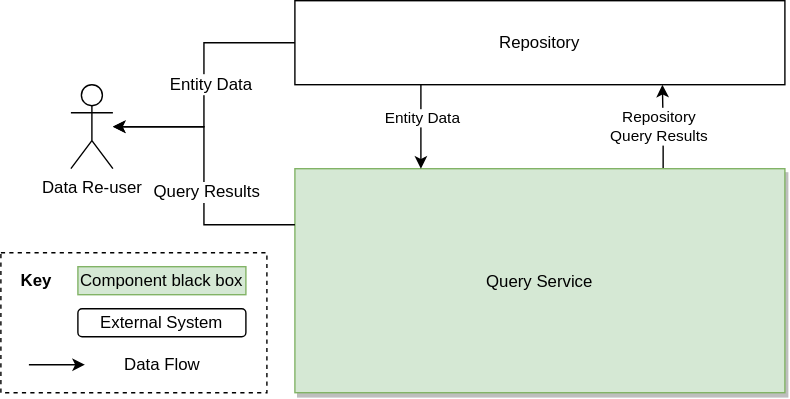
The draw.io diagram systems/Query/diagrams/03-business-context.drawio.svg in wmde/wikidata-wikibase-architecture, before a commit. Source tidied: cells renumbered, new cells last; positions are measured from the earlier drawing's top-left corner, leaving out a move shared by most shapes.
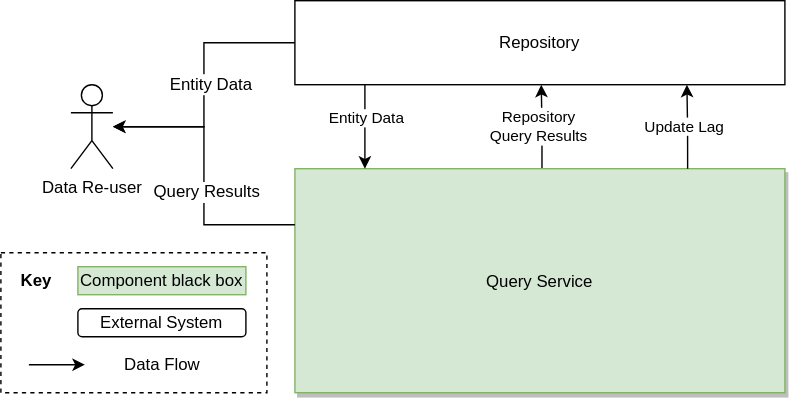
The same file after the commit.

The edit, as a diff of the source:
```diff
@@ -2,11 +2,13 @@
   <root>
     <mxCell id="0" />
     <mxCell id="1" parent="0" />
-    <mxCell id="2" style="edgeStyle=orthogonalEdgeStyle;rounded=0;jettySize=auto;html=1;entryX=0.75;entryY=1;entryDx=0;entryDy=0;" parent="1" edge="1" source="4" target="11">
+    <mxCell id="2" style="edgeStyle=orthogonalEdgeStyle;rounded=0;orthogonalLoop=1;jettySize=auto;html=1;entryX=0.75;entryY=1;entryDx=0;entryDy=0;" parent="1" edge="1">
       <mxGeometry relative="1" as="geometry">
+        <mxPoint x="386.5" y="120" as="sourcePoint" />
+        <mxPoint x="386" y="60" as="targetPoint" />
         <Array as="points">
-          <mxPoint x="473" y="90" />
-          <mxPoint x="473" y="90" />
+          <mxPoint x="386.5" y="90" />
+          <mxPoint x="386.5" y="90" />
         </Array>
       </mxGeometry>
     </mxCell>
@@ -32,8 +34,8 @@
     </mxCell>
     <mxCell id="9" style="edgeStyle=orthogonalEdgeStyle;rounded=0;orthogonalLoop=1;jettySize=auto;html=1;entryX=0.5;entryY=1;entryDx=0;entryDy=0;" parent="1" edge="1">
       <mxGeometry relative="1" as="geometry">
-        <mxPoint x="300" y="60" as="sourcePoint" />
-        <mxPoint x="300" y="120" as="targetPoint" />
+        <mxPoint x="260" y="60" as="sourcePoint" />
+        <mxPoint x="260" y="120" as="targetPoint" />
       </mxGeometry>
     </mxCell>
     <mxCell id="10" value="Entity Data" style="edgeLabel;html=1;align=center;verticalAlign=middle;" parent="9" vertex="1">
@@ -68,5 +70,20 @@
     <mxCell id="18" value="Data Flow" style="text;html=1;align=center;verticalAlign=middle;strokeColor=none;" parent="1" vertex="1">
       <mxGeometry x="80" y="250" width="70" height="20" as="geometry" />
     </mxCell>
+    <mxCell id="19" style="edgeStyle=orthogonalEdgeStyle;rounded=0;orthogonalLoop=1;jettySize=auto;html=1;entryX=0.75;entryY=1;entryDx=0;entryDy=0;" parent="1" edge="1">
+      <mxGeometry relative="1" as="geometry">
+        <mxPoint x="490.5" y="120" as="sourcePoint" />
+        <mxPoint x="490" y="60" as="targetPoint" />
+        <Array as="points">
+          <mxPoint x="490.5" y="90" />
+          <mxPoint x="490.5" y="90" />
+        </Array>
+      </mxGeometry>
+    </mxCell>
+    <mxCell id="20" value="Update Lag" style="edgeLabel;html=1;align=center;verticalAlign=middle;" parent="19" vertex="1">
+      <mxGeometry x="0.31" y="-2" relative="1" as="geometry">
+        <mxPoint x="-5" y="9" as="offset" />
+      </mxGeometry>
+    </mxCell>
   </root>
 </mxGraphModel>
```
